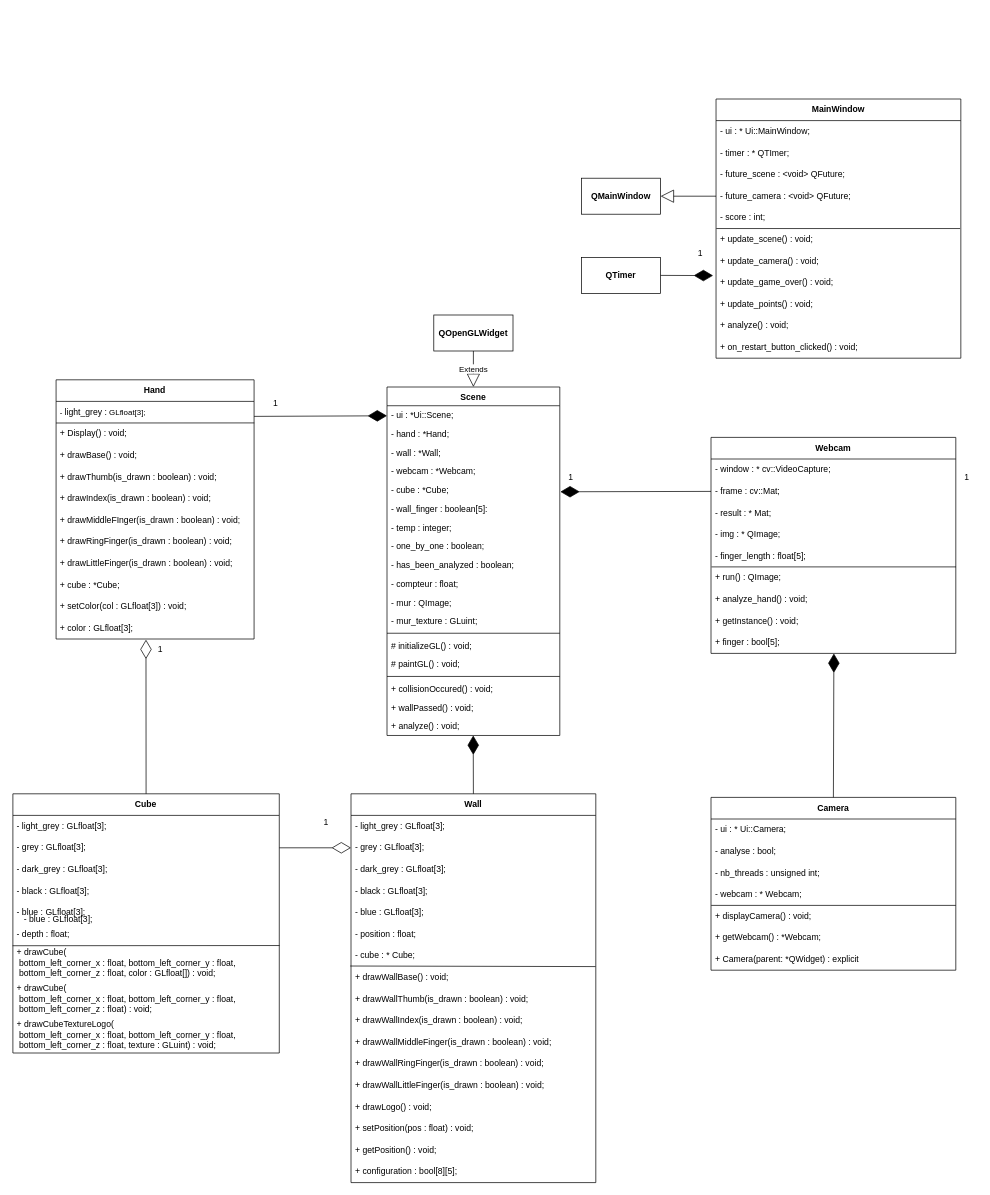
Earlier version of the draw.io diagram Class_diagram.drawio (Mathunder/tse_hand_project). Source tidied: cells renumbered, new cells numbered last; positions are measured from the earlier drawing's top-left corner, leaving out a move shared by most shapes. Both pictures are drawn from the tidied source at 72%, with x=0, y=0 at pixel (12, 99).
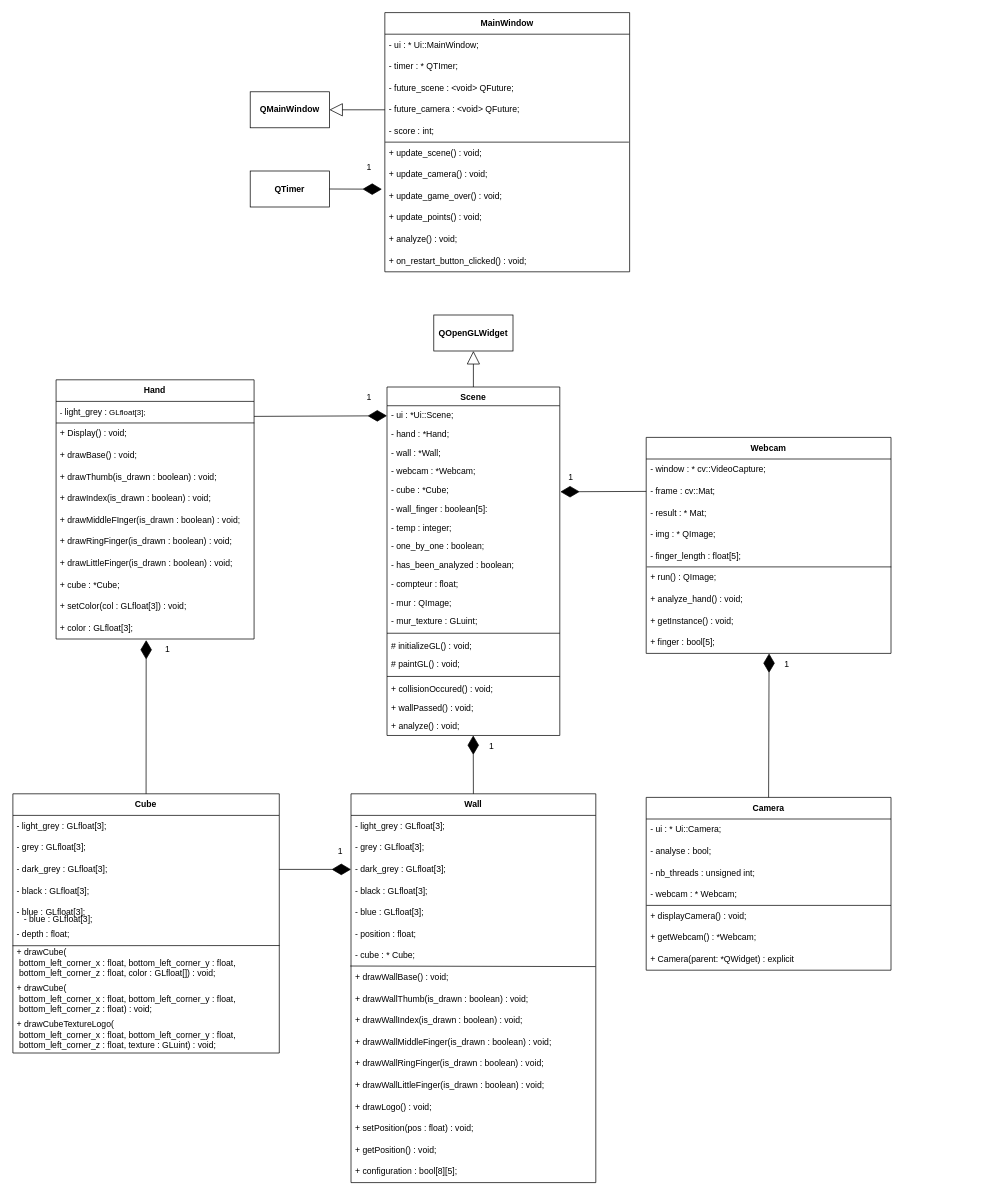
The same page after the edit.

Unchanged cells that the change refers to:
```xml
<mxCell id="4" value="- grey :&amp;nbsp;&lt;font&gt;GL&lt;font style=&quot;border-color: var(--border-color);&quot;&gt;float&lt;/font&gt;[3];&lt;/font&gt;" style="text;strokeColor=none;fillColor=none;align=left;verticalAlign=middle;spacingLeft=4;spacingRight=4;overflow=hidden;points=[[0,0.5],[1,0.5]];portConstraint=eastwest;whiteSpace=wrap;html=1;fontFamily=Helvetica;fontColor=#000000;" parent="2" vertex="1">
  <mxGeometry y="60" width="340" height="30" as="geometry" />
</mxCell>
<mxCell id="5" value="- dark_grey :&amp;nbsp;&lt;font&gt;GL&lt;font style=&quot;border-color: var(--border-color);&quot;&gt;float&lt;/font&gt;[3];&lt;/font&gt;" style="text;strokeColor=none;fillColor=none;align=left;verticalAlign=middle;spacingLeft=4;spacingRight=4;overflow=hidden;points=[[0,0.5],[1,0.5]];portConstraint=eastwest;whiteSpace=wrap;html=1;fontFamily=Helvetica;fontColor=#000000;" parent="2" vertex="1">
  <mxGeometry y="90" width="340" height="30" as="geometry" />
</mxCell>
<mxCell id="33" value="+ color : GLfloat[3];" style="text;strokeColor=none;fillColor=none;align=left;verticalAlign=middle;spacingLeft=4;spacingRight=4;overflow=hidden;points=[[0,0.5],[1,0.5]];portConstraint=eastwest;whiteSpace=wrap;html=1;fontFamily=Helvetica;fontColor=#000000;" parent="21" vertex="1">
  <mxGeometry y="330" width="275" height="30" as="geometry" />
</mxCell>
<mxCell id="34" value="&lt;b&gt;Cube&lt;/b&gt;" style="swimlane;fontStyle=0;horizontal=1;startSize=30;whiteSpace=wrap;html=1;fontFamily=Helvetica;fontColor=#000000;" parent="1" vertex="1">
  <mxGeometry x="0.4" y="965" width="370" height="360" as="geometry" />
</mxCell>
<mxCell id="36" value="- grey :&amp;nbsp;&lt;font&gt;GL&lt;font style=&quot;border-color: var(--border-color);&quot;&gt;float&lt;/font&gt;[3];&lt;/font&gt;" style="text;strokeColor=none;fillColor=none;align=left;verticalAlign=middle;spacingLeft=4;spacingRight=4;overflow=hidden;points=[[0,0.5],[1,0.5]];portConstraint=eastwest;whiteSpace=wrap;html=1;fontFamily=Helvetica;fontColor=#000000;" parent="34" vertex="1">
  <mxGeometry y="60" width="370" height="30" as="geometry" />
</mxCell>
<mxCell id="37" value="- dark_grey :&amp;nbsp;&lt;font&gt;GL&lt;font style=&quot;border-color: var(--border-color);&quot;&gt;float&lt;/font&gt;[3];&lt;/font&gt;" style="text;strokeColor=none;fillColor=none;align=left;verticalAlign=middle;spacingLeft=4;spacingRight=4;overflow=hidden;points=[[0,0.5],[1,0.5]];portConstraint=eastwest;whiteSpace=wrap;html=1;fontFamily=Helvetica;fontColor=#000000;" parent="34" vertex="1">
  <mxGeometry y="90" width="370" height="30" as="geometry" />
</mxCell>
<mxCell id="47" value="Scene&lt;br&gt;" style="swimlane;fontStyle=1;align=center;verticalAlign=top;horizontal=1;startSize=26;whiteSpace=wrap;html=1;fontFamily=Helvetica;fontColor=#000000;" parent="1" vertex="1">
  <mxGeometry x="520" y="400" width="240" height="484" as="geometry" />
</mxCell>
<mxCell id="69" value="&lt;b&gt;QOpenGLWidget&lt;/b&gt;" style="html=1;whiteSpace=wrap;fontColor=#000000;" parent="1" vertex="1">
  <mxGeometry x="585" y="300" width="110" height="50" as="geometry" />
</mxCell>
```

What changed in the source:
```diff
@@
-    <mxCell id="45" style="endArrow=diamondThin;endFill=0;endSize=24;html=1;rounded=0;exitX=0.5;exitY=0;exitDx=0;exitDy=0;fontFamily=Helvetica;entryX=0.454;entryY=1.03;entryDx=0;entryDy=0;entryPerimeter=0;fontColor=#000000;" parent="1" edge="1" source="34" target="33">
-      <mxGeometry relative="1" as="geometry" />
-    </mxCell>
     <mxCell id="46" value="1" style="text;html=1;align=center;verticalAlign=middle;strokeColor=none;fillColor=none;fontFamily=Helvetica;fontColor=#000000;" parent="1" vertex="1">
-      <mxGeometry x="190.4" y="750" width="30" height="30" as="geometry" />
+      <mxGeometry x="200" y="750" width="30" height="30" as="geometry" />
     </mxCell>
@@
     <mxCell id="68" value="1" style="text;html=1;align=center;verticalAlign=middle;strokeColor=none;fillColor=none;fontColor=#000000;" parent="1" vertex="1">
-      <mxGeometry x="350" y="408" width="30" height="30" as="geometry" />
+      <mxGeometry x="480" y="400" width="30" height="30" as="geometry" />
     </mxCell>
@@
-    <mxCell id="70" value="Extends" style="endArrow=block;endSize=16;endFill=0;html=1;rounded=0;exitX=0.5;exitY=1;exitDx=0;exitDy=0;entryX=0.5;entryY=0;entryDx=0;entryDy=0;fontColor=#000000;" parent="1" edge="1" source="69" target="47">
-      <mxGeometry relative="1" as="geometry" />
-    </mxCell>
     <mxCell id="71" value="1" style="text;html=1;align=center;verticalAlign=middle;strokeColor=none;fillColor=none;fontFamily=Helvetica;fontColor=#000000;" parent="1" vertex="1">
-      <mxGeometry x="420" y="990" width="30" height="30" as="geometry" />
+      <mxGeometry x="440" y="1030" width="30" height="30" as="geometry" />
     </mxCell>
-    <mxCell id="72" style="endArrow=diamondThin;endFill=0;endSize=24;html=1;rounded=0;exitX=1;exitY=0.5;exitDx=0;exitDy=0;fontFamily=Helvetica;entryX=0;entryY=0.5;entryDx=0;entryDy=0;fontColor=#000000;" parent="1" edge="1" source="36" target="4">
-      <mxGeometry relative="1" as="geometry" />
-    </mxCell>
@@
     <mxCell id="75" value="&lt;b&gt;Camera&lt;/b&gt;" style="swimlane;fontStyle=0;horizontal=1;startSize=30;whiteSpace=wrap;html=1;fontFamily=Helvetica;fontColor=#000000;" parent="1" vertex="1">
-      <mxGeometry x="970" y="970" width="340" height="240" as="geometry" />
+      <mxGeometry x="880" y="970" width="340" height="240" as="geometry" />
     </mxCell>
@@
     <mxCell id="84" value="&lt;b&gt;Webcam&lt;/b&gt;" style="swimlane;fontStyle=0;horizontal=1;startSize=30;whiteSpace=wrap;html=1;fontFamily=Helvetica;fontColor=#000000;" parent="1" vertex="1">
-      <mxGeometry x="970" y="470" width="340" height="300" as="geometry" />
+      <mxGeometry x="880" y="470" width="340" height="300" as="geometry" />
     </mxCell>
@@
     <mxCell id="95" value="&lt;b&gt;MainWindow&lt;/b&gt;" style="swimlane;fontStyle=0;horizontal=1;startSize=30;whiteSpace=wrap;html=1;fontFamily=Helvetica;fontColor=#000000;" parent="1" vertex="1">
-      <mxGeometry x="977" width="340" height="360" as="geometry" />
+      <mxGeometry x="517" y="-120" width="340" height="360" as="geometry" />
     </mxCell>
@@
     <mxCell id="109" value="1" style="text;html=1;align=center;verticalAlign=middle;strokeColor=none;fillColor=none;fontColor=#000000;" parent="1" vertex="1">
-      <mxGeometry x="1310" y="510" width="30" height="30" as="geometry" />
+      <mxGeometry x="1060" y="770" width="30" height="30" as="geometry" />
     </mxCell>
     <mxCell id="110" value="&lt;b&gt;QMainWindow&lt;/b&gt;" style="html=1;whiteSpace=wrap;fontColor=#000000;" parent="1" vertex="1">
-      <mxGeometry x="790" y="110" width="110" height="50" as="geometry" />
+      <mxGeometry x="330" y="-10" width="110" height="50" as="geometry" />
     </mxCell>
@@
     <mxCell id="113" value="&lt;b&gt;QTimer&lt;/b&gt;" style="html=1;whiteSpace=wrap;fontColor=#000000;" parent="1" vertex="1">
-      <mxGeometry x="790" y="220" width="110" height="50" as="geometry" />
+      <mxGeometry x="330" y="100" width="110" height="50" as="geometry" />
     </mxCell>
@@
     <mxCell id="115" value="1" style="text;html=1;align=center;verticalAlign=middle;strokeColor=none;fillColor=none;fontColor=#000000;" parent="1" vertex="1">
-      <mxGeometry x="940" y="200" width="30" height="30" as="geometry" />
+      <mxGeometry x="480" y="80" width="30" height="30" as="geometry" />
     </mxCell>
@@
+    <mxCell id="117" style="endArrow=block;endSize=16;endFill=0;html=1;rounded=0;exitX=0.5;exitY=0;exitDx=0;exitDy=0;fontColor=#000000;entryX=0.5;entryY=1;entryDx=0;entryDy=0;" parent="1" edge="1" source="47" target="69">
+      <mxGeometry y="55" relative="1" as="geometry" />
+    </mxCell>
+    <mxCell id="118" value="1" style="text;html=1;align=center;verticalAlign=middle;strokeColor=none;fillColor=none;fontColor=#000000;" parent="1" vertex="1">
+      <mxGeometry x="650" y="884" width="30" height="30" as="geometry" />
+    </mxCell>
+    <mxCell id="119" style="endArrow=diamondThin;endFill=1;endSize=24;html=1;rounded=0;exitX=1;exitY=0.5;exitDx=0;exitDy=0;fontColor=#000000;entryX=0;entryY=0.5;entryDx=0;entryDy=0;" parent="1" edge="1" source="37" target="5">
+      <mxGeometry relative="1" as="geometry" />
+    </mxCell>
+    <mxCell id="45" style="endArrow=diamondThin;endFill=1;endSize=24;html=1;rounded=0;exitX=0.5;exitY=0;exitDx=0;exitDy=0;fontColor=#000000;entryX=0.455;entryY=1.051;entryDx=0;entryDy=0;entryPerimeter=0;" parent="1" edge="1" source="34" target="33">
+      <mxGeometry relative="1" as="geometry" />
+    </mxCell>
```
